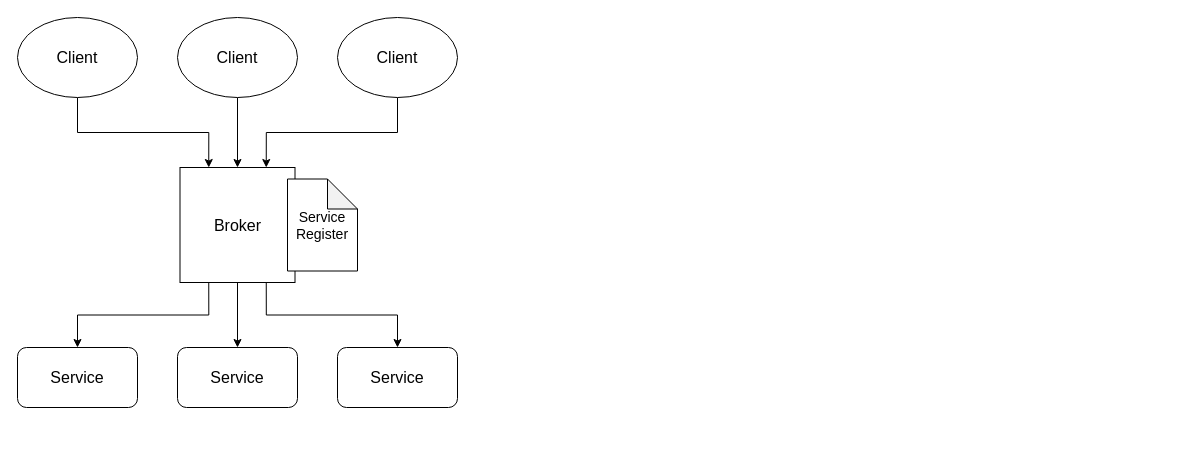
This is docs/ArcOverview_v0.drawio from dmulyalin/NORFAB, a draw.io file, before an edit. Source tidied: cells renumbered, new cells numbered last; positions are measured from the earlier drawing's top-left corner, leaving out a move shared by most shapes. Both pictures are drawn from the tidied source at 100%, with x=0, y=0 at pixel (17, 17).
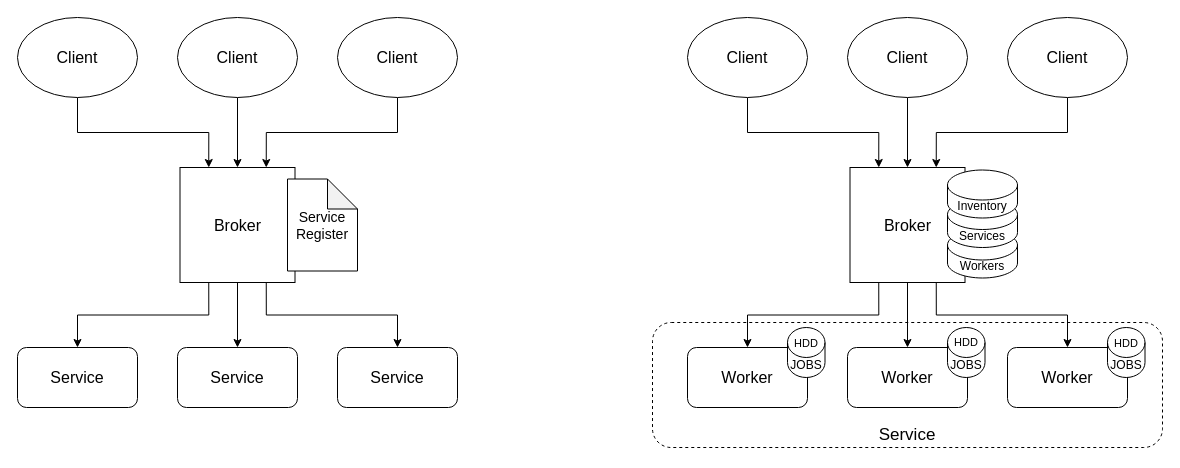
Above is the later version.

The edit, as a diff of the source:
```diff
@@
+    <mxCell id="16" style="rounded=1;whiteSpace=wrap;html=1;dashed=1;" parent="1" vertex="1">
+      <mxGeometry x="635" y="305" width="510" height="125" as="geometry" />
+    </mxCell>
@@
+    <mxCell id="17" style="edgeStyle=orthogonalEdgeStyle;rounded=0;jettySize=auto;html=1;exitX=0.5;exitY=1;exitDx=0;exitDy=0;entryX=0.25;entryY=0;entryDx=0;entryDy=0;fontSize=16;" parent="1" edge="1" source="18" target="29">
+      <mxGeometry relative="1" as="geometry" />
+    </mxCell>
+    <mxCell id="18" value="Client" style="ellipse;whiteSpace=wrap;html=1;fontSize=16;" parent="1" vertex="1">
+      <mxGeometry x="670" width="120" height="80" as="geometry" />
+    </mxCell>
+    <mxCell id="19" value="Worker" style="rounded=1;whiteSpace=wrap;html=1;fontSize=16;" parent="1" vertex="1">
+      <mxGeometry x="670" y="330" width="120" height="60" as="geometry" />
+    </mxCell>
+    <mxCell id="20" value="Worker" style="rounded=1;whiteSpace=wrap;html=1;fontSize=16;" parent="1" vertex="1">
+      <mxGeometry x="830" y="330" width="120" height="60" as="geometry" />
+    </mxCell>
+    <mxCell id="21" value="Worker" style="rounded=1;whiteSpace=wrap;html=1;fontSize=16;" parent="1" vertex="1">
+      <mxGeometry x="990" y="330" width="120" height="60" as="geometry" />
+    </mxCell>
+    <mxCell id="22" style="edgeStyle=orthogonalEdgeStyle;rounded=0;jettySize=auto;html=1;exitX=0.5;exitY=1;exitDx=0;exitDy=0;entryX=0.5;entryY=0;entryDx=0;entryDy=0;fontSize=16;" parent="1" edge="1" source="23" target="29">
+      <mxGeometry relative="1" as="geometry" />
+    </mxCell>
+    <mxCell id="23" value="Client" style="ellipse;whiteSpace=wrap;html=1;fontSize=16;" parent="1" vertex="1">
+      <mxGeometry x="830" width="120" height="80" as="geometry" />
+    </mxCell>
+    <mxCell id="24" style="edgeStyle=orthogonalEdgeStyle;rounded=0;jettySize=auto;html=1;exitX=0.5;exitY=1;exitDx=0;exitDy=0;entryX=0.75;entryY=0;entryDx=0;entryDy=0;fontSize=16;" parent="1" edge="1" source="25" target="29">
+      <mxGeometry relative="1" as="geometry" />
+    </mxCell>
+    <mxCell id="25" value="Client" style="ellipse;whiteSpace=wrap;html=1;fontSize=16;" parent="1" vertex="1">
+      <mxGeometry x="990" width="120" height="80" as="geometry" />
+    </mxCell>
+    <mxCell id="26" style="edgeStyle=orthogonalEdgeStyle;rounded=0;jettySize=auto;html=1;exitX=0.25;exitY=1;exitDx=0;exitDy=0;fontSize=16;" parent="1" edge="1" source="29" target="19">
+      <mxGeometry relative="1" as="geometry" />
+    </mxCell>
+    <mxCell id="27" style="edgeStyle=orthogonalEdgeStyle;rounded=0;jettySize=auto;html=1;exitX=0.5;exitY=1;exitDx=0;exitDy=0;entryX=0.5;entryY=0;entryDx=0;entryDy=0;fontSize=16;" parent="1" edge="1" source="29" target="20">
+      <mxGeometry relative="1" as="geometry" />
+    </mxCell>
+    <mxCell id="28" style="edgeStyle=orthogonalEdgeStyle;rounded=0;jettySize=auto;html=1;exitX=0.75;exitY=1;exitDx=0;exitDy=0;entryX=0.5;entryY=0;entryDx=0;entryDy=0;fontSize=16;" parent="1" edge="1" source="29" target="21">
+      <mxGeometry relative="1" as="geometry" />
+    </mxCell>
+    <mxCell id="29" value="Broker" style="whiteSpace=wrap;html=1;fontSize=16;" parent="1" vertex="1">
+      <mxGeometry x="832.5" y="150" width="115" height="115" as="geometry" />
+    </mxCell>
+    <mxCell id="30" value="JOBS" style="shape=cylinder3;whiteSpace=wrap;html=1;boundedLbl=1;backgroundOutline=1;size=15;" parent="1" vertex="1">
+      <mxGeometry x="1090" y="310" width="37.5" height="50" as="geometry" />
+    </mxCell>
+    <mxCell id="31" value="Workers" style="shape=cylinder3;whiteSpace=wrap;html=1;boundedLbl=1;backgroundOutline=1;size=15;" parent="1" vertex="1">
+      <mxGeometry x="930" y="212.5" width="70" height="48" as="geometry" />
+    </mxCell>
+    <mxCell id="32" value="Services" style="shape=cylinder3;whiteSpace=wrap;html=1;boundedLbl=1;backgroundOutline=1;size=15;" parent="1" vertex="1">
+      <mxGeometry x="930" y="182" width="70" height="48" as="geometry" />
+    </mxCell>
+    <mxCell id="33" value="Inventory" style="shape=cylinder3;whiteSpace=wrap;html=1;boundedLbl=1;backgroundOutline=1;size=15;" parent="1" vertex="1">
+      <mxGeometry x="930" y="152.5" width="70" height="48" as="geometry" />
+    </mxCell>
+    <mxCell id="34" value="JOBS" style="shape=cylinder3;whiteSpace=wrap;html=1;boundedLbl=1;backgroundOutline=1;size=15;" parent="1" vertex="1">
+      <mxGeometry x="930" y="310" width="37.5" height="50" as="geometry" />
+    </mxCell>
+    <mxCell id="35" value="JOBS" style="shape=cylinder3;whiteSpace=wrap;html=1;boundedLbl=1;backgroundOutline=1;size=15;" parent="1" vertex="1">
+      <mxGeometry x="770" y="310" width="37.5" height="50" as="geometry" />
+    </mxCell>
+    <mxCell id="36" value="Service" style="text;html=1;strokeColor=none;fillColor=none;align=center;verticalAlign=middle;whiteSpace=wrap;rounded=0;fontSize=17;" parent="1" vertex="1">
+      <mxGeometry x="860" y="403" width="60" height="30" as="geometry" />
+    </mxCell>
+    <mxCell id="37" value="HDD" style="text;html=1;strokeColor=none;fillColor=none;align=center;verticalAlign=middle;whiteSpace=wrap;rounded=0;fontSize=11;" parent="1" vertex="1">
+      <mxGeometry x="1078.8" y="311" width="60" height="30" as="geometry" />
+    </mxCell>
+    <mxCell id="38" value="HDD" style="text;html=1;strokeColor=none;fillColor=none;align=center;verticalAlign=middle;whiteSpace=wrap;rounded=0;fontSize=11;" parent="1" vertex="1">
+      <mxGeometry x="918.8" y="310" width="60" height="30" as="geometry" />
+    </mxCell>
+    <mxCell id="39" value="HDD" style="text;html=1;strokeColor=none;fillColor=none;align=center;verticalAlign=middle;whiteSpace=wrap;rounded=0;fontSize=11;" parent="1" vertex="1">
+      <mxGeometry x="758.8" y="311" width="60" height="30" as="geometry" />
+    </mxCell>
```
